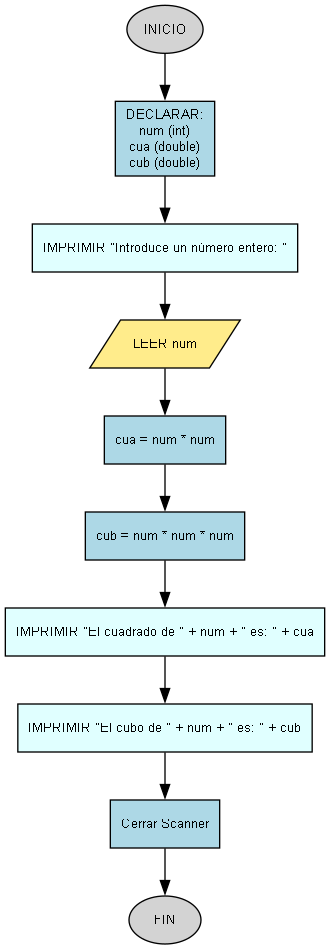
asaelitop/Teorias_ej keeps this Graphviz diagram as imagenes/P14_1_ej_1_14codediagram.png. Above is the earlier version. Its source is kept beside it as imagenes/P14_1_ej_1_14codediagram.dot. Its diagram source:
```dot
digraph P14_1_ej_1_14_Flowchart {
    rankdir=TB; // De arriba hacia abajo
    node [fontname="Helvetica", fontsize=10];
    edge [fontname="Helvetica", fontsize=9];

    node [shape=ellipse, style=filled, fillcolor=lightgrey]; // Inicio/Fin
    start [label="INICIO"];
    end [label="FIN"];

    node [shape=box, style=filled, fillcolor=lightblue]; // Proceso
    declare_vars [label="DECLARAR:\nnum (int)\ncua (double)\ncub (double)"];
    calc_cua [label="cua = num * num"];
    calc_cub [label="cub = num * num * num"];
    close_scanner [label="Cerrar Scanner"];

    node [shape=parallelogram, style=filled, fillcolor=lightgoldenrod1]; // Entrada
    read_num [label="LEER num"];

    node [shape=document, style=filled, fillcolor=lightcyan]; // Salida (Mostrar)
    prompt_num [label="IMPRIMIR \"Introduce un numero entero: \""];
    print_cua [label="IMPRIMIR \"El cuadrado de \" + num + \" es: \" + cua"];
    print_cub [label="IMPRIMIR \"El cubo de \" + num + \" es: \" + cub"];

    start -> declare_vars;
    declare_vars -> prompt_num;
    prompt_num -> read_num;
    read_num -> calc_cua;
    calc_cua -> calc_cub;
    calc_cub -> print_cua;
    print_cua -> print_cub;
    print_cub -> close_scanner;
    close_scanner -> end;
}
```
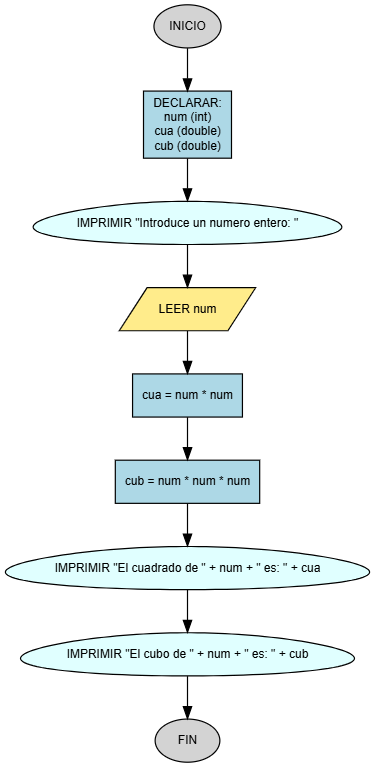
Later version of the same file.

Change to the diagram source:
```diff
@@ -16,7 +16,7 @@
     node [shape=parallelogram, style=filled, fillcolor=lightgoldenrod1]; // Entrada
     read_num [label="LEER num"];
 
-    node [shape=document, style=filled, fillcolor=lightcyan]; // Salida (Mostrar)
+    node [shape=egg, style=filled, fillcolor=lightcyan]; // Salida (Mostrar)
     prompt_num [label="IMPRIMIR \"Introduce un numero entero: \""];
     print_cua [label="IMPRIMIR \"El cuadrado de \" + num + \" es: \" + cua"];
     print_cub [label="IMPRIMIR \"El cubo de \" + num + \" es: \" + cub"];
```
